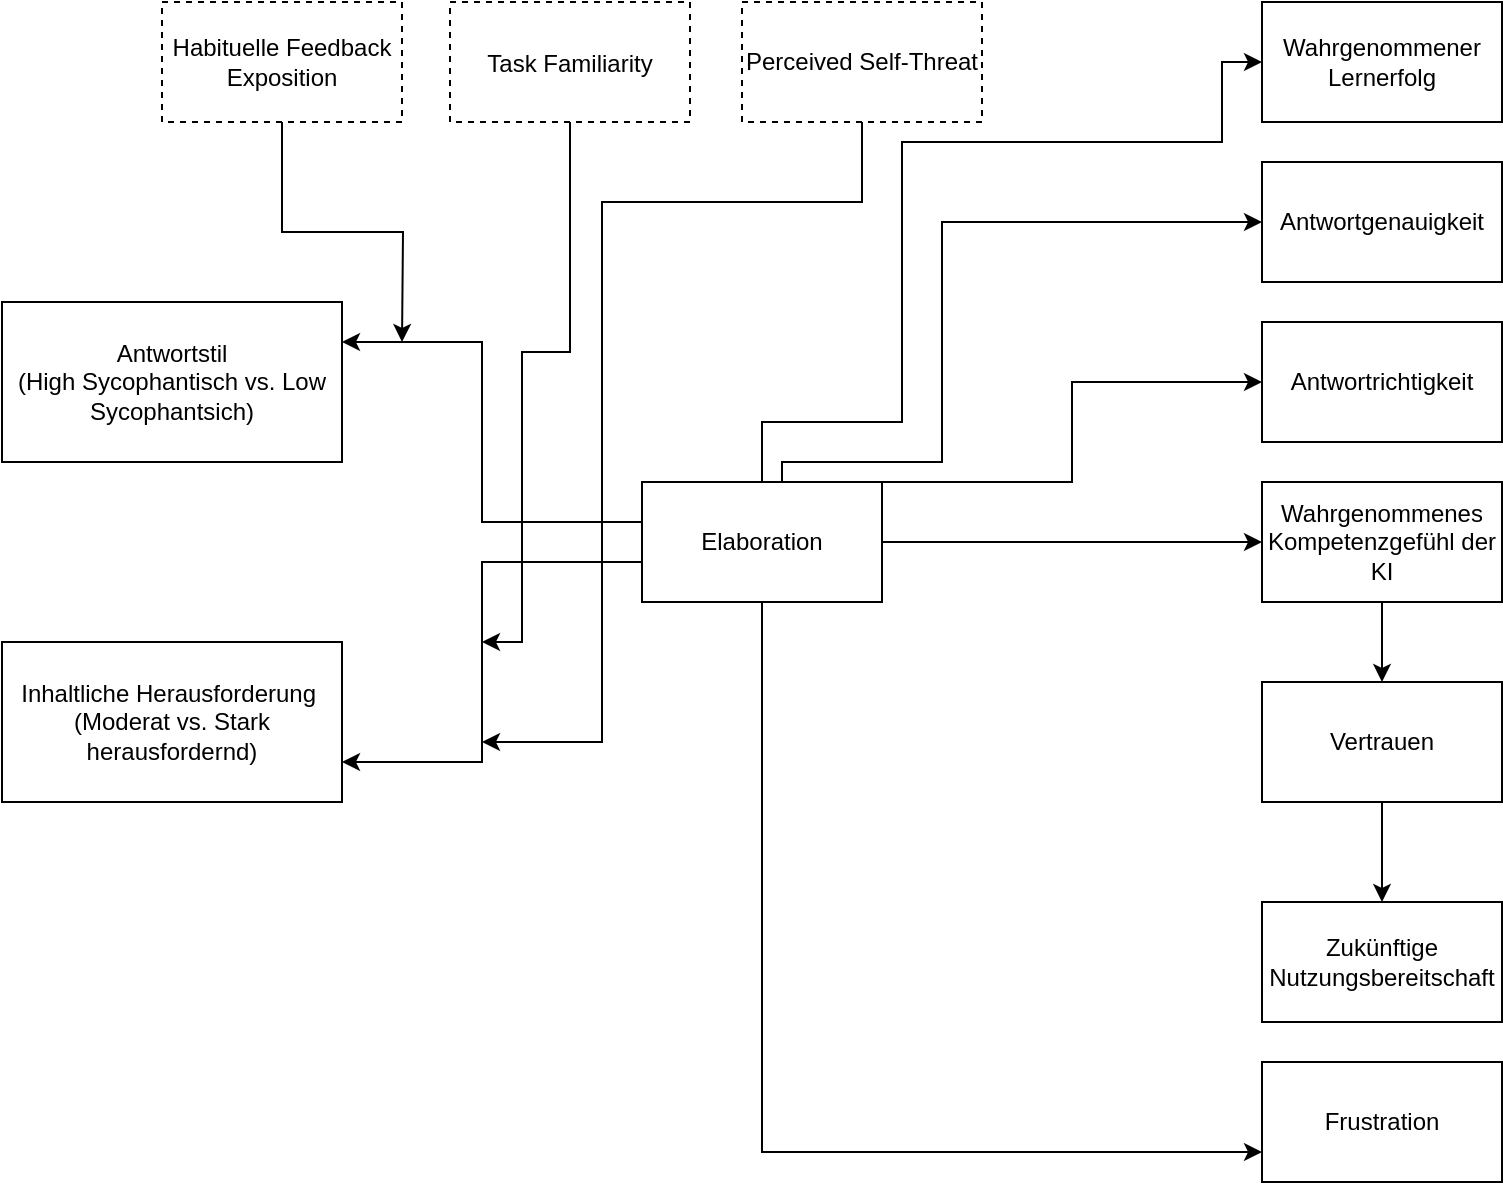
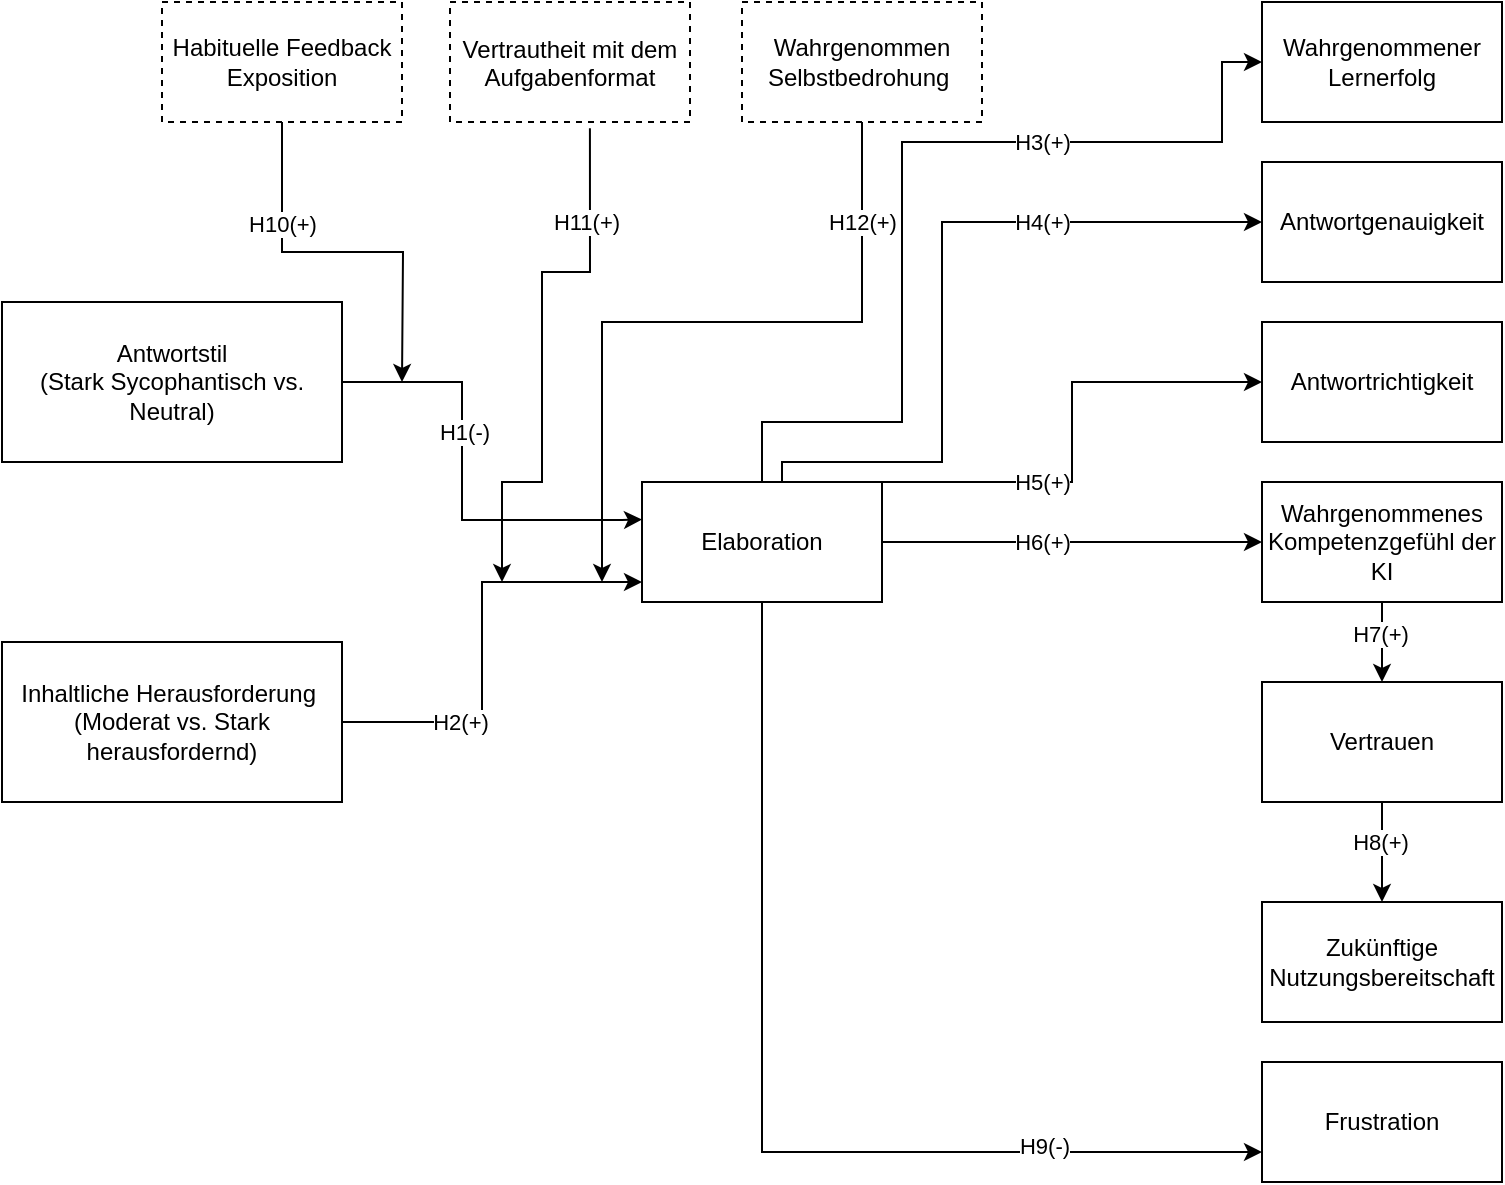
<mxfile host="app.diagrams.net">
  <diagram name="Seite-1" id="raCMG6ijs3s_xc9Qwn86">
-     <mxGraphModel dx="1134" dy="1960" grid="1" gridSize="10" guides="1" tooltips="1" connect="1" arrows="1" fold="1" page="1" pageScale="1" pageWidth="827" pageHeight="1169" math="0" shadow="0">
+     <mxGraphModel dx="803" dy="1729" grid="1" gridSize="10" guides="1" tooltips="1" connect="1" arrows="1" fold="1" page="1" pageScale="1" pageWidth="827" pageHeight="1169" background="light-dark(#FFFFFF,#121212)" math="0" shadow="0">
      <root>
        <mxCell id="0" />
        <mxCell id="1" parent="0" />
-         <mxCell id="p3SmHrS-3whISHNSOtKF-1" parent="1" style="rounded=0;whiteSpace=wrap;html=1;" value="Antwortstil&lt;div&gt;(High Sycophantisch vs. Low Sycophantsich)&lt;/div&gt;" vertex="1">
+         <mxCell id="p3SmHrS-3whISHNSOtKF-1" parent="1" style="rounded=0;whiteSpace=wrap;html=1;" value="Antwortstil&lt;div&gt;(Stark Sycophantisch vs. Neutral)&lt;/div&gt;" vertex="1">
          <mxGeometry height="80" width="170" x="70" y="120" as="geometry" />
        </mxCell>
        <mxCell id="p3SmHrS-3whISHNSOtKF-2" parent="1" style="rounded=0;whiteSpace=wrap;html=1;" value="Inhaltliche Herausforderung&amp;nbsp;&lt;div&gt;(Moderat vs. Stark herausfordernd)&lt;/div&gt;" vertex="1">
          <mxGeometry height="80" width="170" x="70" y="290" as="geometry" />
        </mxCell>
-         <mxCell id="_4136MkBy1K16dRJQh4w-2" edge="1" parent="1" source="_4136MkBy1K16dRJQh4w-1" style="edgeStyle=orthogonalEdgeStyle;rounded=0;orthogonalLoop=1;jettySize=auto;html=1;entryX=1;entryY=0.25;entryDx=0;entryDy=0;" target="p3SmHrS-3whISHNSOtKF-1">
-           <mxGeometry relative="1" as="geometry">
-             <Array as="points">
-               <mxPoint x="310" y="230" />
-               <mxPoint x="310" y="140" />
-             </Array>
-           </mxGeometry>
-         </mxCell>
-         <mxCell id="_4136MkBy1K16dRJQh4w-3" edge="1" parent="1" source="_4136MkBy1K16dRJQh4w-1" style="edgeStyle=orthogonalEdgeStyle;rounded=0;orthogonalLoop=1;jettySize=auto;html=1;entryX=1;entryY=0.75;entryDx=0;entryDy=0;" target="p3SmHrS-3whISHNSOtKF-2">
-           <mxGeometry relative="1" as="geometry">
-             <Array as="points">
-               <mxPoint x="310" y="250" />
-               <mxPoint x="310" y="350" />
-             </Array>
+         <mxCell id="_4136MkBy1K16dRJQh4w-2" edge="1" parent="1" source="p3SmHrS-3whISHNSOtKF-1" style="edgeStyle=orthogonalEdgeStyle;rounded=0;orthogonalLoop=1;jettySize=auto;html=1;entryX=0.01;entryY=0.313;entryDx=0;entryDy=0;startArrow=none;startFill=0;endArrow=classic;endFill=1;entryPerimeter=0;">
+           <mxGeometry relative="1" as="geometry">
+             <Array as="points">
+               <mxPoint x="300" y="160" />
+               <mxPoint x="300" y="229" />
+               <mxPoint x="380" y="229" />
+             </Array>
+             <mxPoint x="240.32999999999998" y="154.4000000000001" as="sourcePoint" />
+             <mxPoint x="390.00000000000006" y="228.77999999999997" as="targetPoint" />
+           </mxGeometry>
+         </mxCell>
+         <mxCell id="Jsf9RsHbDX6fDI_h3vUl-2" connectable="0" parent="_4136MkBy1K16dRJQh4w-2" style="edgeLabel;html=1;align=center;verticalAlign=middle;resizable=0;points=[];" value="H1(-)" vertex="1">
+           <mxGeometry relative="1" x="-0.2256" y="1" as="geometry">
+             <mxPoint as="offset" />
+           </mxGeometry>
+         </mxCell>
+         <mxCell id="_4136MkBy1K16dRJQh4w-3" edge="1" parent="1" source="p3SmHrS-3whISHNSOtKF-2" style="edgeStyle=orthogonalEdgeStyle;rounded=0;orthogonalLoop=1;jettySize=auto;html=1;entryX=0;entryY=0.5;entryDx=0;entryDy=0;exitX=1;exitY=0.5;exitDx=0;exitDy=0;">
+           <mxGeometry relative="1" as="geometry">
+             <Array as="points">
+               <mxPoint x="310" y="330" />
+               <mxPoint x="310" y="260" />
+             </Array>
+             <mxPoint x="270" y="330" as="sourcePoint" />
+             <mxPoint x="390" y="260" as="targetPoint" />
+           </mxGeometry>
+         </mxCell>
+         <mxCell id="Jsf9RsHbDX6fDI_h3vUl-3" connectable="0" parent="_4136MkBy1K16dRJQh4w-3" style="edgeLabel;html=1;align=center;verticalAlign=middle;resizable=0;points=[];" value="H2(+)" vertex="1">
+           <mxGeometry relative="1" x="-0.4655" as="geometry">
+             <mxPoint as="offset" />
          </mxGeometry>
        </mxCell>
        <mxCell id="_4136MkBy1K16dRJQh4w-16" edge="1" parent="1" source="_4136MkBy1K16dRJQh4w-1" style="edgeStyle=orthogonalEdgeStyle;rounded=0;orthogonalLoop=1;jettySize=auto;html=1;strokeWidth=1;" target="_4136MkBy1K16dRJQh4w-15" value="">
          <mxGeometry relative="1" as="geometry">
            <Array as="points">
              <mxPoint x="460" y="200" />
              <mxPoint x="540" y="200" />
              <mxPoint x="540" y="80" />
            </Array>
          </mxGeometry>
        </mxCell>
+         <mxCell id="Jsf9RsHbDX6fDI_h3vUl-5" connectable="0" parent="_4136MkBy1K16dRJQh4w-16" style="edgeLabel;html=1;align=center;verticalAlign=middle;resizable=0;points=[];" value="H4(+)" vertex="1">
+           <mxGeometry relative="1" x="0.3876" as="geometry">
+             <mxPoint x="3" as="offset" />
+           </mxGeometry>
+         </mxCell>
        <mxCell id="_4136MkBy1K16dRJQh4w-21" edge="1" parent="1" source="_4136MkBy1K16dRJQh4w-1" style="edgeStyle=orthogonalEdgeStyle;rounded=0;orthogonalLoop=1;jettySize=auto;html=1;entryX=0;entryY=0.5;entryDx=0;entryDy=0;" target="_4136MkBy1K16dRJQh4w-19">
          <mxGeometry relative="1" as="geometry" />
        </mxCell>
+         <mxCell id="Jsf9RsHbDX6fDI_h3vUl-7" connectable="0" parent="_4136MkBy1K16dRJQh4w-21" style="edgeLabel;html=1;align=center;verticalAlign=middle;resizable=0;points=[];" value="H6(+)" vertex="1">
+           <mxGeometry relative="1" x="-0.1263" as="geometry">
+             <mxPoint x="-3" as="offset" />
+           </mxGeometry>
+         </mxCell>
        <mxCell id="_4136MkBy1K16dRJQh4w-25" edge="1" parent="1" source="_4136MkBy1K16dRJQh4w-1" style="edgeStyle=orthogonalEdgeStyle;rounded=0;orthogonalLoop=1;jettySize=auto;html=1;entryX=0;entryY=0.5;entryDx=0;entryDy=0;" target="_4136MkBy1K16dRJQh4w-17">
          <mxGeometry relative="1" as="geometry">
            <Array as="points">
              <mxPoint x="605" y="210" />
              <mxPoint x="605" y="160" />
            </Array>
+           </mxGeometry>
+         </mxCell>
+         <mxCell id="Jsf9RsHbDX6fDI_h3vUl-6" connectable="0" parent="_4136MkBy1K16dRJQh4w-25" style="edgeLabel;html=1;align=center;verticalAlign=middle;resizable=0;points=[];" value="H5(+)" vertex="1">
+           <mxGeometry relative="1" x="-0.275" y="1" as="geometry">
+             <mxPoint x="-7" y="1" as="offset" />
          </mxGeometry>
        </mxCell>
        <mxCell id="_4136MkBy1K16dRJQh4w-35" edge="1" parent="1" source="_4136MkBy1K16dRJQh4w-1" style="edgeStyle=orthogonalEdgeStyle;rounded=0;orthogonalLoop=1;jettySize=auto;html=1;entryX=0;entryY=0.5;entryDx=0;entryDy=0;" target="_4136MkBy1K16dRJQh4w-34">
          <mxGeometry relative="1" as="geometry">
            <Array as="points">
              <mxPoint x="450" y="180" />
              <mxPoint x="520" y="180" />
              <mxPoint x="520" y="40" />
              <mxPoint x="680" y="40" />
              <mxPoint x="680" />
            </Array>
          </mxGeometry>
        </mxCell>
+         <mxCell id="Jsf9RsHbDX6fDI_h3vUl-4" connectable="0" parent="_4136MkBy1K16dRJQh4w-35" style="edgeLabel;html=1;align=center;verticalAlign=middle;resizable=0;points=[];" value="H3(+)" vertex="1">
+           <mxGeometry relative="1" x="0.3459" as="geometry">
+             <mxPoint as="offset" />
+           </mxGeometry>
+         </mxCell>
        <mxCell id="_4136MkBy1K16dRJQh4w-38" edge="1" parent="1" source="_4136MkBy1K16dRJQh4w-1" style="edgeStyle=orthogonalEdgeStyle;rounded=0;orthogonalLoop=1;jettySize=auto;html=1;entryX=0;entryY=0.75;entryDx=0;entryDy=0;" target="_4136MkBy1K16dRJQh4w-32">
          <mxGeometry relative="1" as="geometry">
            <Array as="points">
              <mxPoint x="450" y="545" />
            </Array>
+           </mxGeometry>
+         </mxCell>
+         <mxCell id="Jsf9RsHbDX6fDI_h3vUl-10" connectable="0" parent="_4136MkBy1K16dRJQh4w-38" style="edgeLabel;html=1;align=center;verticalAlign=middle;resizable=0;points=[];" value="H9(-)" vertex="1">
+           <mxGeometry relative="1" x="0.5641" y="3" as="geometry">
+             <mxPoint x="5" as="offset" />
          </mxGeometry>
        </mxCell>
        <mxCell id="_4136MkBy1K16dRJQh4w-1" parent="1" style="rounded=0;whiteSpace=wrap;html=1;" value="Elaboration" vertex="1">
          <mxGeometry height="60" width="120" x="390" y="210" as="geometry" />
        </mxCell>
        <mxCell id="_4136MkBy1K16dRJQh4w-7" edge="1" parent="1" source="_4136MkBy1K16dRJQh4w-4" style="edgeStyle=orthogonalEdgeStyle;rounded=0;orthogonalLoop=1;jettySize=auto;html=1;">
          <mxGeometry relative="1" as="geometry">
-             <mxPoint x="270" y="140" as="targetPoint" />
+             <mxPoint x="270" y="160" as="targetPoint" />
+           </mxGeometry>
+         </mxCell>
+         <mxCell id="Jsf9RsHbDX6fDI_h3vUl-13" connectable="0" parent="_4136MkBy1K16dRJQh4w-7" style="edgeLabel;html=1;align=center;verticalAlign=middle;resizable=0;points=[];" value="H10(+)" vertex="1">
+           <mxGeometry relative="1" x="-0.4722" as="geometry">
+             <mxPoint as="offset" />
          </mxGeometry>
        </mxCell>
        <mxCell id="_4136MkBy1K16dRJQh4w-4" parent="1" style="rounded=0;whiteSpace=wrap;html=1;fillColor=default;strokeColor=default;dashed=1;" value="Habituelle Feedback Exposition" vertex="1">
          <mxGeometry height="60" width="120" x="150" y="-30" as="geometry" />
        </mxCell>
-         <mxCell id="_4136MkBy1K16dRJQh4w-40" edge="1" parent="1" style="edgeStyle=orthogonalEdgeStyle;rounded=0;orthogonalLoop=1;jettySize=auto;html=1;">
-           <mxGeometry relative="1" as="geometry">
-             <Array as="points">
-               <mxPoint x="354" y="145" />
-               <mxPoint x="330" y="145" />
-               <mxPoint x="330" y="290" />
-             </Array>
-             <mxPoint x="354" as="sourcePoint" />
-             <mxPoint x="310" y="290" as="targetPoint" />
-           </mxGeometry>
-         </mxCell>
-         <mxCell id="_4136MkBy1K16dRJQh4w-5" parent="1" style="rounded=0;whiteSpace=wrap;html=1;dashed=1;" value="&lt;p style=&quot;margin: 0px; font-style: normal; font-variant-caps: normal; font-stretch: normal; line-height: normal; font-size-adjust: none; font-kerning: auto; font-variant-alternates: normal; font-variant-ligatures: normal; font-variant-numeric: normal; font-variant-east-asian: normal; font-variant-position: normal; font-feature-settings: normal; font-optical-sizing: auto; font-variation-settings: normal;&quot;&gt;&lt;font face=&quot;Helvetica&quot;&gt;Task Familiarity&lt;/font&gt;&lt;/p&gt;" vertex="1">
+         <mxCell id="_4136MkBy1K16dRJQh4w-40" edge="1" parent="1" source="_4136MkBy1K16dRJQh4w-5" style="edgeStyle=orthogonalEdgeStyle;rounded=0;orthogonalLoop=1;jettySize=auto;html=1;exitX=0.583;exitY=1.053;exitDx=0;exitDy=0;exitPerimeter=0;">
+           <mxGeometry relative="1" as="geometry">
+             <Array as="points">
+               <mxPoint x="364" y="105" />
+               <mxPoint x="340" y="105" />
+               <mxPoint x="340" y="210" />
+               <mxPoint x="320" y="210" />
+             </Array>
+             <mxPoint x="364" y="-40" as="sourcePoint" />
+             <mxPoint x="320" y="260" as="targetPoint" />
+           </mxGeometry>
+         </mxCell>
+         <mxCell id="Jsf9RsHbDX6fDI_h3vUl-12" connectable="0" parent="_4136MkBy1K16dRJQh4w-40" style="edgeLabel;html=1;align=center;verticalAlign=middle;resizable=0;points=[];" value="H11(+)" vertex="1">
+           <mxGeometry relative="1" x="-0.957" y="-2" as="geometry">
+             <mxPoint y="41" as="offset" />
+           </mxGeometry>
+         </mxCell>
+         <mxCell id="_4136MkBy1K16dRJQh4w-5" parent="1" style="rounded=0;whiteSpace=wrap;html=1;dashed=1;" value="&lt;p style=&quot;margin: 0px; font-style: normal; font-variant-caps: normal; font-stretch: normal; line-height: normal; font-size-adjust: none; font-kerning: auto; font-variant-alternates: normal; font-variant-ligatures: normal; font-variant-numeric: normal; font-variant-east-asian: normal; font-variant-position: normal; font-feature-settings: normal; font-optical-sizing: auto; font-variation-settings: normal;&quot;&gt;Vertrautheit mit dem Aufgabenformat&lt;/p&gt;" vertex="1">
          <mxGeometry height="60" width="120" x="294" y="-30" as="geometry" />
        </mxCell>
        <mxCell id="_4136MkBy1K16dRJQh4w-41" edge="1" parent="1" source="_4136MkBy1K16dRJQh4w-6" style="edgeStyle=orthogonalEdgeStyle;rounded=0;orthogonalLoop=1;jettySize=auto;html=1;">
          <mxGeometry relative="1" as="geometry">
            <Array as="points">
-               <mxPoint x="500" y="70" />
-               <mxPoint x="370" y="70" />
-             </Array>
-             <mxPoint x="310" y="340" as="targetPoint" />
-           </mxGeometry>
-         </mxCell>
-         <mxCell id="_4136MkBy1K16dRJQh4w-6" parent="1" style="rounded=0;whiteSpace=wrap;html=1;dashed=1;" value="Perceived Self-Threat" vertex="1">
+               <mxPoint x="500" y="130" />
+               <mxPoint x="370" y="130" />
+             </Array>
+             <mxPoint x="370" y="260" as="targetPoint" />
+           </mxGeometry>
+         </mxCell>
+         <mxCell id="Jsf9RsHbDX6fDI_h3vUl-11" connectable="0" parent="_4136MkBy1K16dRJQh4w-41" style="edgeLabel;html=1;align=center;verticalAlign=middle;resizable=0;points=[];" value="H12(+)" vertex="1">
+           <mxGeometry relative="1" x="-0.9385" y="-1" as="geometry">
+             <mxPoint x="1" y="39" as="offset" />
+           </mxGeometry>
+         </mxCell>
+         <mxCell id="_4136MkBy1K16dRJQh4w-6" parent="1" style="rounded=0;whiteSpace=wrap;html=1;dashed=1;" value="Wahrgenommen Selbstbedrohung&amp;nbsp;" vertex="1">
          <mxGeometry height="60" width="120" x="440" y="-30" as="geometry" />
        </mxCell>
        <mxCell id="_4136MkBy1K16dRJQh4w-15" parent="1" style="whiteSpace=wrap;html=1;rounded=0;" value="Antwortgenauigkeit" vertex="1">
          <mxGeometry height="60" width="120" x="700" y="50" as="geometry" />
        </mxCell>
        <mxCell id="_4136MkBy1K16dRJQh4w-17" parent="1" style="rounded=0;whiteSpace=wrap;html=1;" value="Antwortrichtigkeit" vertex="1">
          <mxGeometry height="60" width="120" x="700" y="130" as="geometry" />
        </mxCell>
        <mxCell id="_4136MkBy1K16dRJQh4w-36" edge="1" parent="1" source="_4136MkBy1K16dRJQh4w-19" style="edgeStyle=orthogonalEdgeStyle;rounded=0;orthogonalLoop=1;jettySize=auto;html=1;entryX=0.5;entryY=0;entryDx=0;entryDy=0;" target="_4136MkBy1K16dRJQh4w-26">
          <mxGeometry relative="1" as="geometry" />
        </mxCell>
+         <mxCell id="Jsf9RsHbDX6fDI_h3vUl-8" connectable="0" parent="_4136MkBy1K16dRJQh4w-36" style="edgeLabel;html=1;align=center;verticalAlign=middle;resizable=0;points=[];" value="H7(+)" vertex="1">
+           <mxGeometry relative="1" x="-0.2357" y="-1" as="geometry">
+             <mxPoint as="offset" />
+           </mxGeometry>
+         </mxCell>
        <mxCell id="_4136MkBy1K16dRJQh4w-19" parent="1" style="whiteSpace=wrap;html=1;rounded=0;" value="Wahrgenommenes Kompetenzgefühl der KI" vertex="1">
          <mxGeometry height="60" width="120" x="700" y="210" as="geometry" />
        </mxCell>
        <mxCell id="_4136MkBy1K16dRJQh4w-37" edge="1" parent="1" source="_4136MkBy1K16dRJQh4w-26" style="edgeStyle=orthogonalEdgeStyle;rounded=0;orthogonalLoop=1;jettySize=auto;html=1;entryX=0.5;entryY=0;entryDx=0;entryDy=0;" target="_4136MkBy1K16dRJQh4w-29">
          <mxGeometry relative="1" as="geometry" />
+         </mxCell>
+         <mxCell id="Jsf9RsHbDX6fDI_h3vUl-9" connectable="0" parent="_4136MkBy1K16dRJQh4w-37" style="edgeLabel;html=1;align=center;verticalAlign=middle;resizable=0;points=[];" value="H8(+)" vertex="1">
+           <mxGeometry relative="1" x="-0.2057" y="-1" as="geometry">
+             <mxPoint as="offset" />
+           </mxGeometry>
        </mxCell>
        <mxCell id="_4136MkBy1K16dRJQh4w-26" parent="1" style="whiteSpace=wrap;html=1;rounded=0;" value="Vertrauen" vertex="1">
          <mxGeometry height="60" width="120" x="700" y="310" as="geometry" />
        </mxCell>
        <mxCell id="_4136MkBy1K16dRJQh4w-29" parent="1" style="whiteSpace=wrap;html=1;rounded=0;" value="Zukünftige Nutzungsbereitschaft" vertex="1">
          <mxGeometry height="60" width="120" x="700" y="420" as="geometry" />
        </mxCell>
        <mxCell id="_4136MkBy1K16dRJQh4w-32" parent="1" style="whiteSpace=wrap;html=1;rounded=0;" value="Frustration" vertex="1">
          <mxGeometry height="60" width="120" x="700" y="500" as="geometry" />
        </mxCell>
        <mxCell id="_4136MkBy1K16dRJQh4w-34" parent="1" style="rounded=0;whiteSpace=wrap;html=1;" value="Wahrgenommener Lernerfolg" vertex="1">
          <mxGeometry height="60" width="120" x="700" y="-30" as="geometry" />
        </mxCell>
      </root>
    </mxGraphModel>
  </diagram>
</mxfile>
